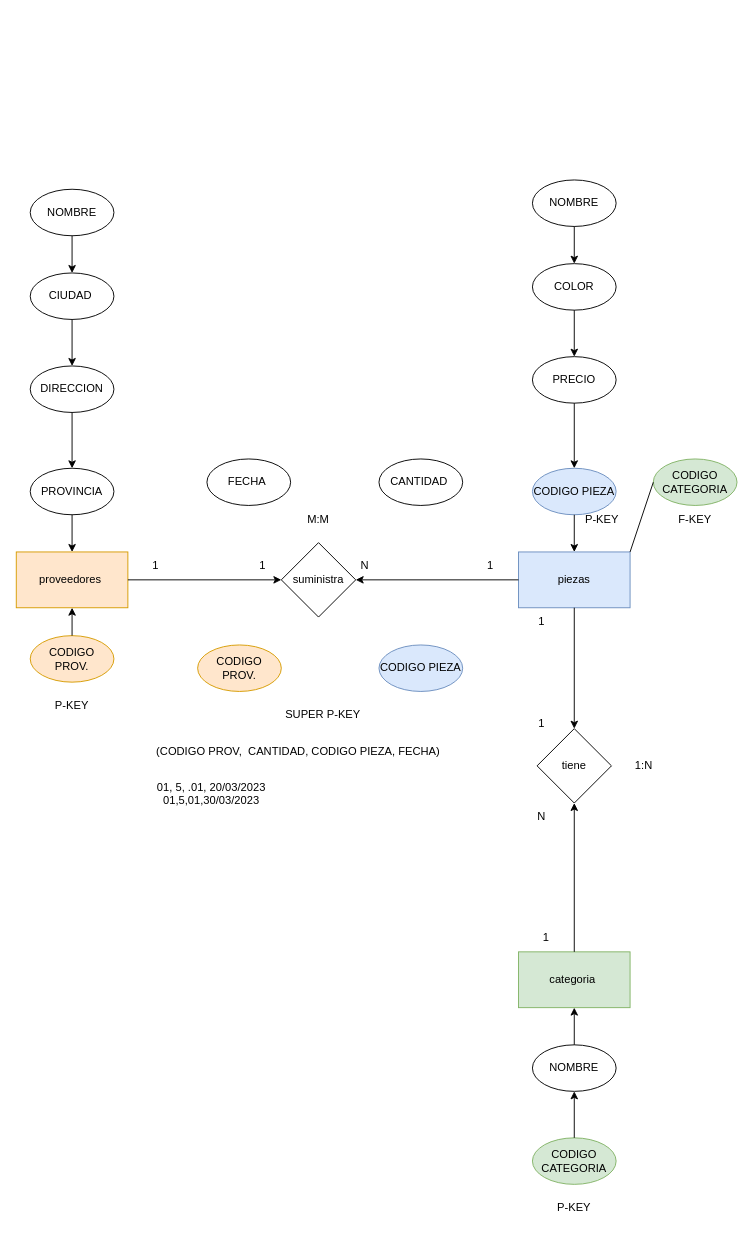
Above: proyecto_final.drawio in jhibrancodigo07/B-datos_0.2 (draw.io), before the change. Source tidied: cells renumbered, new cells numbered last; positions are measured from the earlier drawing's top-left corner, leaving out a move shared by most shapes. Both pictures are drawn from the tidied source at 93%, with x=0, y=0 at pixel (16, 179).
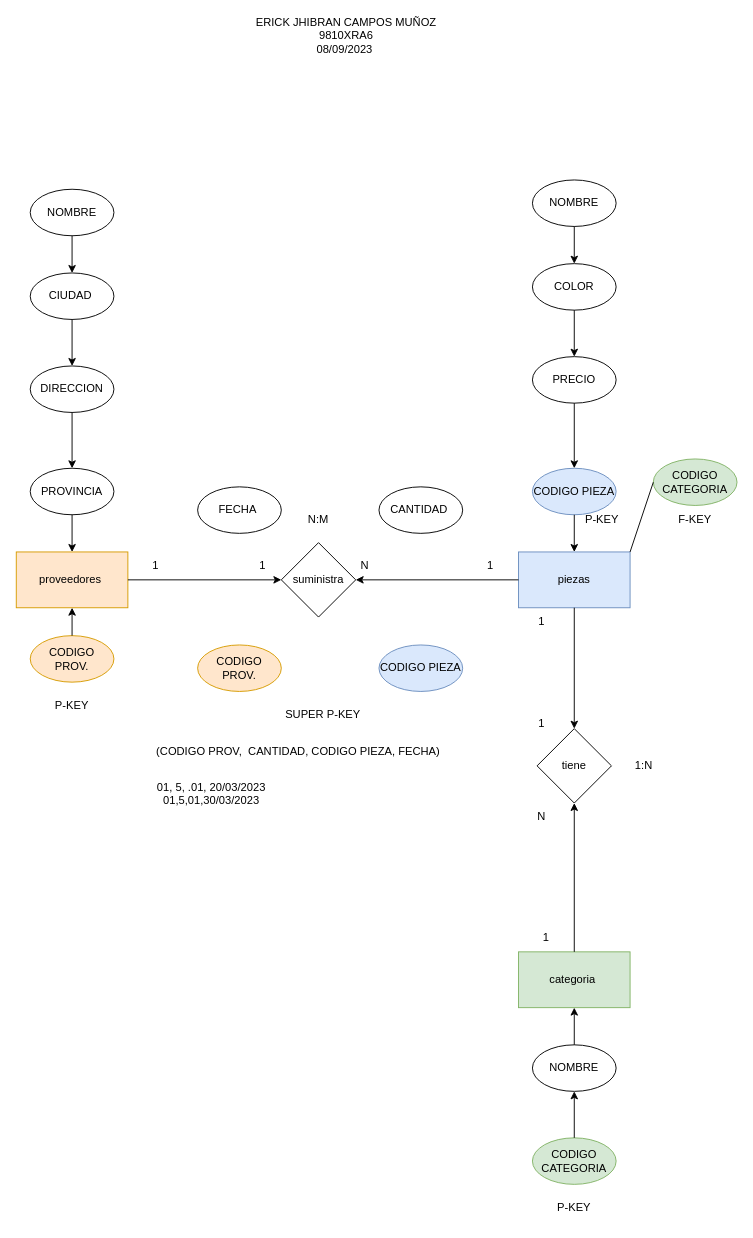
Above is the later version.

Change to the diagram source:
```diff
@@
     <mxCell id="15" value="CANTIDAD&amp;nbsp;" style="ellipse;whiteSpace=wrap;html=1;" parent="1" vertex="1">
-      <mxGeometry x="390" y="300" width="90" height="50" as="geometry" />
+      <mxGeometry x="390" y="330" width="90" height="50" as="geometry" />
     </mxCell>
     <mxCell id="16" value="FECHA&amp;nbsp;" style="ellipse;whiteSpace=wrap;html=1;" parent="1" vertex="1">
-      <mxGeometry x="205" y="300" width="90" height="50" as="geometry" />
+      <mxGeometry x="195" y="330" width="90" height="50" as="geometry" />
     </mxCell>
@@
-    <mxCell id="39" value="M:M" style="text;html=1;strokeColor=none;fillColor=none;align=center;verticalAlign=middle;whiteSpace=wrap;rounded=0;" parent="1" vertex="1">
+    <mxCell id="39" value="N:M" style="text;html=1;strokeColor=none;fillColor=none;align=center;verticalAlign=middle;whiteSpace=wrap;rounded=0;" parent="1" vertex="1">
       <mxGeometry x="295" y="350" width="60" height="30" as="geometry" />
     </mxCell>
@@
+    <mxCell id="56" value="ERICK JHIBRAN CAMPOS MUÑOZ&lt;br&gt;9810XRA6&lt;br&gt;08/09/2023&amp;nbsp;" style="text;html=1;strokeColor=none;fillColor=none;align=center;verticalAlign=middle;whiteSpace=wrap;rounded=0;" parent="1" vertex="1">
+      <mxGeometry x="245" y="-170" width="220" height="30" as="geometry" />
+    </mxCell>
```
